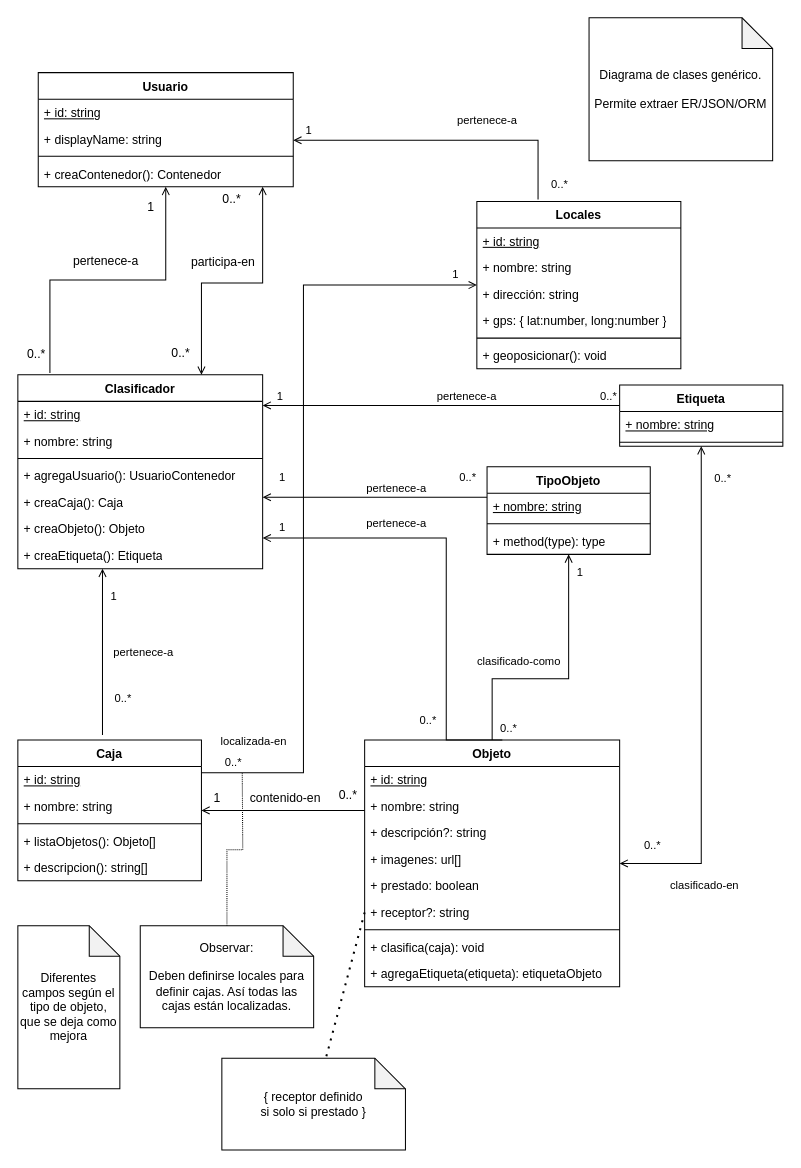
This is doc/manifesto.drawio from raxware/ion-manifesto, a draw.io file, before an edit. Source tidied: cells renumbered, new cells numbered last; positions are measured from the earlier drawing's top-left corner, leaving out a move shared by most shapes. Both pictures are drawn from the tidied source at 102%, with x=0, y=0 at pixel (17, 17).
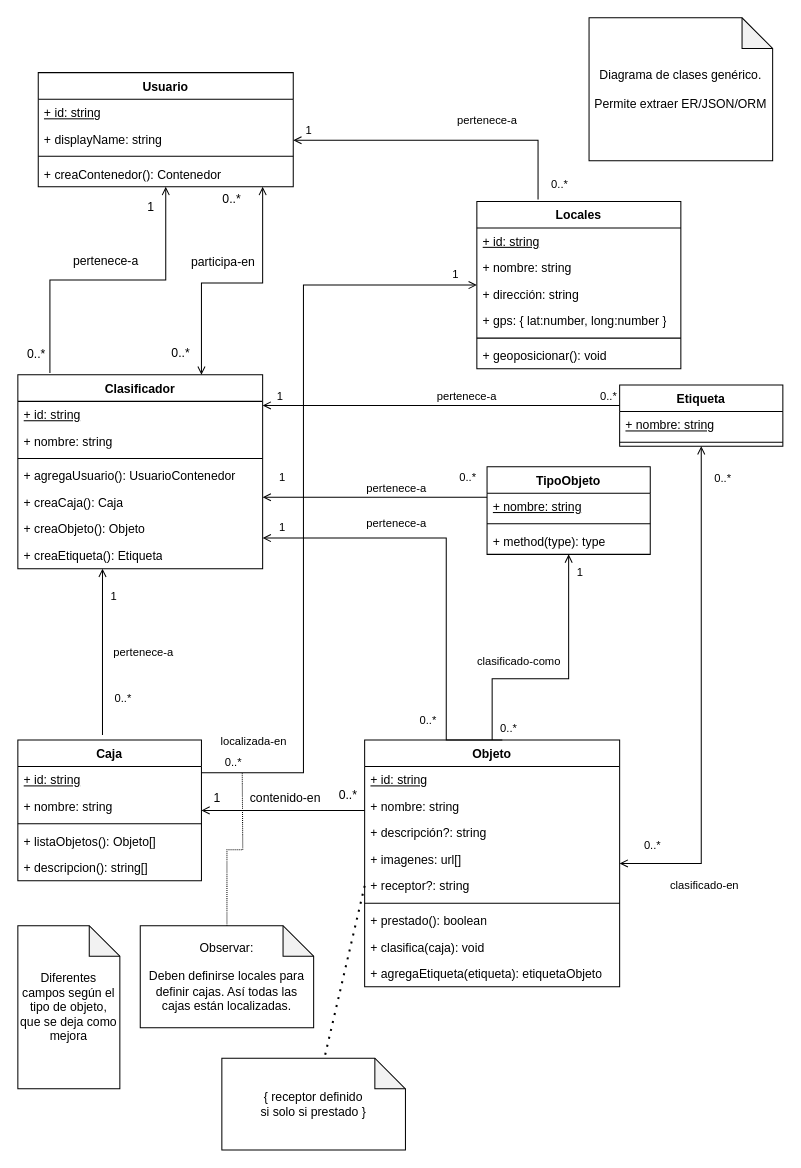
Above is the later version.

Commit message (it also covers changes not shown here):
cambio en definició de "prestado"

Unchanged cells that the change refers to:
```xml
<mxCell id="14" value="Objeto" style="swimlane;fontStyle=1;align=center;verticalAlign=top;horizontal=1;startSize=26;whiteSpace=wrap;html=1;" parent="1" vertex="1">
  <mxGeometry x="340" y="708" width="250" height="242" as="geometry" />
</mxCell>
```

Diff of the diagram source:
```diff
@@
-    <mxCell id="19" value="+ prestado: boolean" style="text;strokeColor=none;fillColor=none;align=left;verticalAlign=top;spacingLeft=4;spacingRight=4;overflow=hidden;whiteSpace=wrap;html=1;" parent="14" vertex="1">
-      <mxGeometry y="130" width="250" height="26" as="geometry" />
-    </mxCell>
     <mxCell id="20" value="+ receptor?: string" style="text;strokeColor=none;fillColor=none;align=left;verticalAlign=top;spacingLeft=4;spacingRight=4;overflow=hidden;points=[[0,0.5],[1,0.5]];portConstraint=eastwest;whiteSpace=wrap;html=1;" parent="14" vertex="1">
-      <mxGeometry y="156" width="250" height="26" as="geometry" />
+      <mxGeometry y="130" width="250" height="26" as="geometry" />
     </mxCell>
     <mxCell id="21" style="line;strokeWidth=1;fillColor=none;align=left;verticalAlign=middle;spacingTop=-1;spacingLeft=3;spacingRight=3;labelPosition=right;strokeColor=inherit;" parent="14" vertex="1">
-      <mxGeometry y="182" width="250" height="8" as="geometry" />
+      <mxGeometry y="156" width="250" height="8" as="geometry" />
     </mxCell>
+    <mxCell id="19" value="+ prestado(): boolean" style="text;strokeColor=none;fillColor=none;align=left;verticalAlign=top;spacingLeft=4;spacingRight=4;overflow=hidden;whiteSpace=wrap;html=1;" parent="14" vertex="1">
+      <mxGeometry y="164" width="250" height="26" as="geometry" />
+    </mxCell>
```
